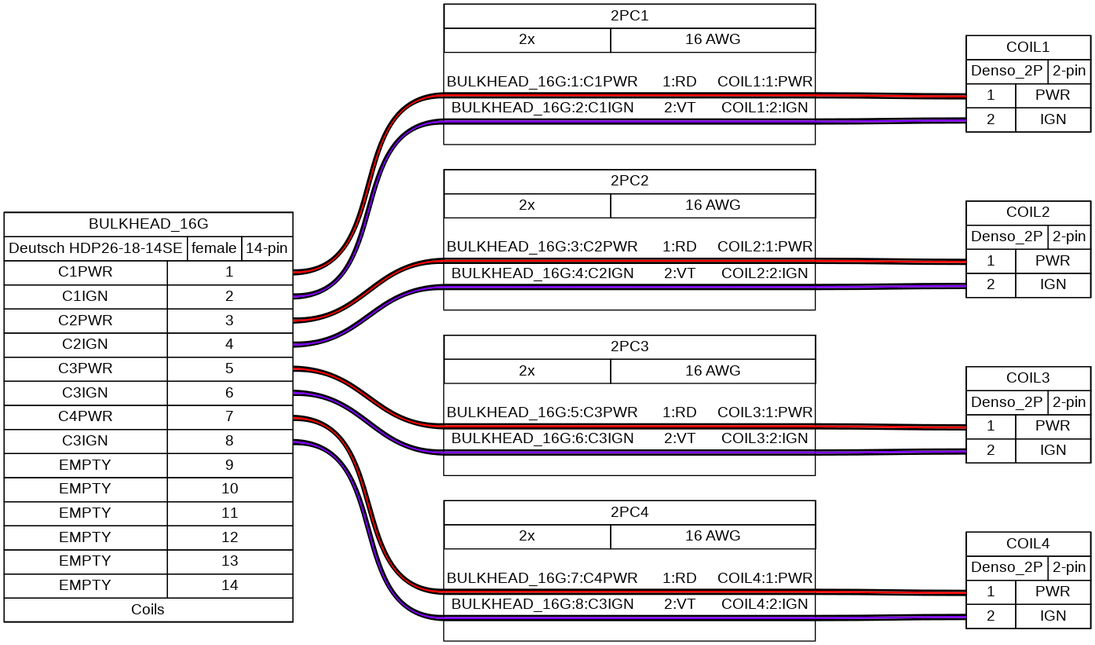
Above: wiring-env/Harness25/Back_Harness/BulkHeadB/BulkheadB_14p.png in BetterPetr/RM25_Harness (Graphviz), before the change. Its source is kept beside it as wiring-env/Harness25/Back_Harness/BulkHeadB/BulkheadB_14p.gv.
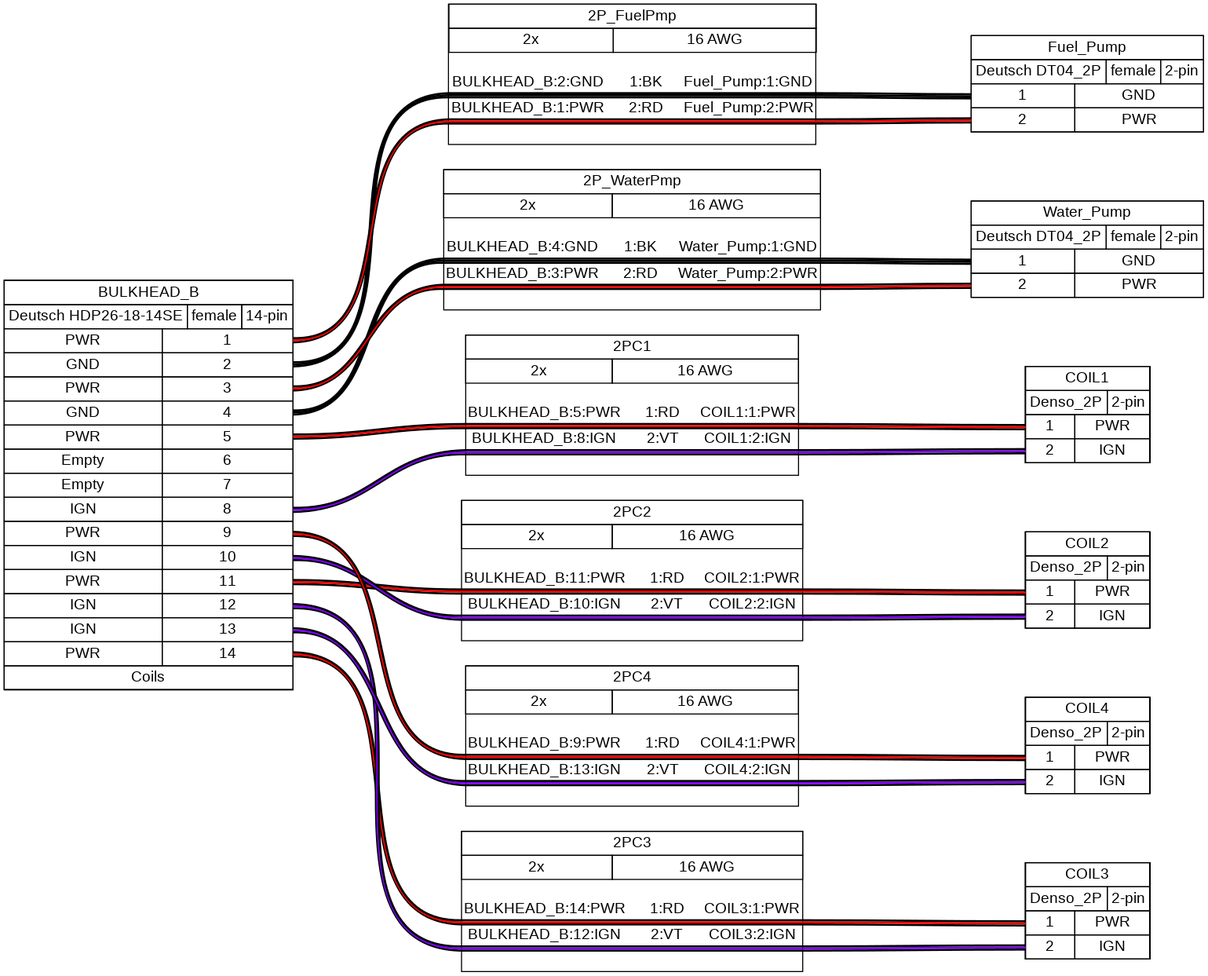
Above is the later version.

Diff of the diagram source:
```diff
@@ -2,11 +2,11 @@
 	graph [bgcolor="#FFFFFF" fontname=arial nodesep=0.33 rankdir=LR ranksep=2]
 	node [fillcolor="#FFFFFF" fontname=arial height=0 margin=0 shape=none style=filled width=0]
 	edge [fontname=arial style=bold]
-	BULKHEAD_16G [label=<
+	BULKHEAD_B [label=<
 <table border="0" cellspacing="0" cellpadding="0">
  <tr><td>
   <table border="0" cellspacing="0" cellpadding="3" cellborder="1"><tr>
-   <td balign="left">BULKHEAD_16G</td>
+   <td balign="left">BULKHEAD_B</td>
   </tr></table>
  </td></tr>
  <tr><td>
@@ -19,59 +19,59 @@
  <tr><td>
   <table border="0" cellspacing="0" cellpadding="3" cellborder="1">
    <tr>
-    <td>C1PWR</td>
+    <td>PWR</td>
     <td port="p1r">1</td>
    </tr>
    <tr>
-    <td>C1IGN</td>
+    <td>GND</td>
     <td port="p2r">2</td>
    </tr>
    <tr>
-    <td>C2PWR</td>
+    <td>PWR</td>
     <td port="p3r">3</td>
    </tr>
    <tr>
-    <td>C2IGN</td>
+    <td>GND</td>
     <td port="p4r">4</td>
    </tr>
    <tr>
-    <td>C3PWR</td>
+    <td>PWR</td>
     <td port="p5r">5</td>
    </tr>
    <tr>
-    <td>C3IGN</td>
+    <td>Empty</td>
     <td port="p6r">6</td>
    </tr>
    <tr>
-    <td>C4PWR</td>
+    <td>Empty</td>
     <td port="p7r">7</td>
    </tr>
    <tr>
-    <td>C3IGN</td>
+    <td>IGN</td>
     <td port="p8r">8</td>
    </tr>
    <tr>
-    <td>EMPTY</td>
+    <td>PWR</td>
     <td port="p9r">9</td>
    </tr>
    <tr>
-    <td>EMPTY</td>
+    <td>IGN</td>
     <td port="p10r">10</td>
    </tr>
    <tr>
-    <td>EMPTY</td>
+    <td>PWR</td>
     <td port="p11r">11</td>
    </tr>
    <tr>
-    <td>EMPTY</td>
+    <td>IGN</td>
     <td port="p12r">12</td>
    </tr>
    <tr>
-    <td>EMPTY</td>
+    <td>IGN</td>
     <td port="p13r">13</td>
    </tr>
    <tr>
-    <td>EMPTY</td>
+    <td>PWR</td>
     <td port="p14r">14</td>
    </tr>
   </table>
@@ -191,11 +191,67 @@
  </td></tr>
 </table>
 > fillcolor="#FFFFFF" shape=box style=filled]
+	Fuel_Pump [label=<
+<table border="0" cellspacing="0" cellpadding="0">
+ <tr><td>
+  <table border="0" cellspacing="0" cellpadding="3" cellborder="1"><tr>
+   <td balign="left">Fuel_Pump</td>
+  </tr></table>
+ </td></tr>
+ <tr><td>
+  <table border="0" cellspacing="0" cellpadding="3" cellborder="1"><tr>
+   <td balign="left">Deutsch DT04_2P</td>
+   <td balign="left">female</td>
+   <td balign="left">2-pin</td>
+  </tr></table>
+ </td></tr>
+ <tr><td>
+  <table border="0" cellspacing="0" cellpadding="3" cellborder="1">
+   <tr>
+    <td port="p1l">1</td>
+    <td>GND</td>
+   </tr>
+   <tr>
+    <td port="p2l">2</td>
+    <td>PWR</td>
+   </tr>
+  </table>
+ </td></tr>
+</table>
+> fillcolor="#FFFFFF" shape=box style=filled]
+	Water_Pump [label=<
+<table border="0" cellspacing="0" cellpadding="0">
+ <tr><td>
+  <table border="0" cellspacing="0" cellpadding="3" cellborder="1"><tr>
+   <td balign="left">Water_Pump</td>
+  </tr></table>
+ </td></tr>
+ <tr><td>
+  <table border="0" cellspacing="0" cellpadding="3" cellborder="1"><tr>
+   <td balign="left">Deutsch DT04_2P</td>
+   <td balign="left">female</td>
+   <td balign="left">2-pin</td>
+  </tr></table>
+ </td></tr>
+ <tr><td>
+  <table border="0" cellspacing="0" cellpadding="3" cellborder="1">
+   <tr>
+    <td port="p1l">1</td>
+    <td>GND</td>
+   </tr>
+   <tr>
+    <td port="p2l">2</td>
+    <td>PWR</td>
+   </tr>
+  </table>
+ </td></tr>
+</table>
+> fillcolor="#FFFFFF" shape=box style=filled]
 	edge [color="#000000:#ff0000:#000000"]
-	BULKHEAD_16G:p1r:e -- "2PC1":w1:w
+	BULKHEAD_B:p5r:e -- "2PC1":w1:w
 	"2PC1":w1:e -- COIL1:p1l:w
 	edge [color="#000000:#8000ff:#000000"]
-	BULKHEAD_16G:p2r:e -- "2PC1":w2:w
+	BULKHEAD_B:p8r:e -- "2PC1":w2:w
 	"2PC1":w2:e -- COIL1:p2l:w
 	"2PC1" [label=<
 <table border="0" cellspacing="0" cellpadding="0">
@@ -214,7 +270,7 @@
   <table border="0" cellspacing="0" cellborder="0">
    <tr><td>&nbsp;</td></tr>
    <tr>
-    <td>BULKHEAD_16G:1:C1PWR</td>
+    <td>BULKHEAD_B:5:PWR</td>
     <td>
      1:RD
     </td>
@@ -230,7 +286,7 @@
     </td>
    </tr>
    <tr>
-    <td>BULKHEAD_16G:2:C1IGN</td>
+    <td>BULKHEAD_B:8:IGN</td>
     <td>
      2:VT
     </td>
@@ -251,10 +307,10 @@
 </table>
 > fillcolor="#FFFFFF" shape=box style=filled]
 	edge [color="#000000:#ff0000:#000000"]
-	BULKHEAD_16G:p3r:e -- "2PC2":w1:w
+	BULKHEAD_B:p11r:e -- "2PC2":w1:w
 	"2PC2":w1:e -- COIL2:p1l:w
 	edge [color="#000000:#8000ff:#000000"]
-	BULKHEAD_16G:p4r:e -- "2PC2":w2:w
+	BULKHEAD_B:p10r:e -- "2PC2":w2:w
 	"2PC2":w2:e -- COIL2:p2l:w
 	"2PC2" [label=<
 <table border="0" cellspacing="0" cellpadding="0">
@@ -273,7 +329,7 @@
   <table border="0" cellspacing="0" cellborder="0">
    <tr><td>&nbsp;</td></tr>
    <tr>
-    <td>BULKHEAD_16G:3:C2PWR</td>
+    <td>BULKHEAD_B:11:PWR</td>
     <td>
      1:RD
     </td>
@@ -289,7 +345,7 @@
     </td>
    </tr>
    <tr>
-    <td>BULKHEAD_16G:4:C2IGN</td>
+    <td>BULKHEAD_B:10:IGN</td>
     <td>
      2:VT
     </td>
@@ -310,10 +366,10 @@
 </table>
 > fillcolor="#FFFFFF" shape=box style=filled]
 	edge [color="#000000:#ff0000:#000000"]
-	BULKHEAD_16G:p5r:e -- "2PC3":w1:w
+	BULKHEAD_B:p14r:e -- "2PC3":w1:w
 	"2PC3":w1:e -- COIL3:p1l:w
 	edge [color="#000000:#8000ff:#000000"]
-	BULKHEAD_16G:p6r:e -- "2PC3":w2:w
+	BULKHEAD_B:p12r:e -- "2PC3":w2:w
 	"2PC3":w2:e -- COIL3:p2l:w
 	"2PC3" [label=<
 <table border="0" cellspacing="0" cellpadding="0">
@@ -332,7 +388,7 @@
   <table border="0" cellspacing="0" cellborder="0">
    <tr><td>&nbsp;</td></tr>
    <tr>
-    <td>BULKHEAD_16G:5:C3PWR</td>
+    <td>BULKHEAD_B:14:PWR</td>
     <td>
      1:RD
     </td>
@@ -348,7 +404,7 @@
     </td>
    </tr>
    <tr>
-    <td>BULKHEAD_16G:6:C3IGN</td>
+    <td>BULKHEAD_B:12:IGN</td>
     <td>
      2:VT
     </td>
@@ -369,10 +425,10 @@
 </table>
 > fillcolor="#FFFFFF" shape=box style=filled]
 	edge [color="#000000:#ff0000:#000000"]
-	BULKHEAD_16G:p7r:e -- "2PC4":w1:w
+	BULKHEAD_B:p9r:e -- "2PC4":w1:w
 	"2PC4":w1:e -- COIL4:p1l:w
 	edge [color="#000000:#8000ff:#000000"]
-	BULKHEAD_16G:p8r:e -- "2PC4":w2:w
+	BULKHEAD_B:p13r:e -- "2PC4":w2:w
 	"2PC4":w2:e -- COIL4:p2l:w
 	"2PC4" [label=<
 <table border="0" cellspacing="0" cellpadding="0">
@@ -391,7 +447,7 @@
   <table border="0" cellspacing="0" cellborder="0">
    <tr><td>&nbsp;</td></tr>
    <tr>
-    <td>BULKHEAD_16G:7:C4PWR</td>
+    <td>BULKHEAD_B:9:PWR</td>
     <td>
      1:RD
     </td>
@@ -407,7 +463,7 @@
     </td>
    </tr>
    <tr>
-    <td>BULKHEAD_16G:8:C3IGN</td>
+    <td>BULKHEAD_B:13:IGN</td>
     <td>
      2:VT
     </td>
@@ -427,4 +483,122 @@
  </td></tr>
 </table>
 > fillcolor="#FFFFFF" shape=box style=filled]
+	edge [color="#000000:#000000:#000000"]
+	BULKHEAD_B:p2r:e -- "2P_FuelPmp":w1:w
+	"2P_FuelPmp":w1:e -- Fuel_Pump:p1l:w
+	edge [color="#000000:#ff0000:#000000"]
+	BULKHEAD_B:p1r:e -- "2P_FuelPmp":w2:w
+	"2P_FuelPmp":w2:e -- Fuel_Pump:p2l:w
+	"2P_FuelPmp" [label=<
+<table border="0" cellspacing="0" cellpadding="0">
+ <tr><td>
+  <table border="0" cellspacing="0" cellpadding="3" cellborder="1"><tr>
+   <td balign="left">2P_FuelPmp</td>
+  </tr></table>
+ </td></tr>
+ <tr><td>
+  <table border="0" cellspacing="0" cellpadding="3" cellborder="1"><tr>
+   <td balign="left">2x</td>
+   <td balign="left">16 AWG</td>
+  </tr></table>
+ </td></tr>
+ <tr><td>
+  <table border="0" cellspacing="0" cellborder="0">
+   <tr><td>&nbsp;</td></tr>
+   <tr>
+    <td>BULKHEAD_B:2:GND</td>
+    <td>
+     1:BK
+    </td>
+    <td>Fuel_Pump:1:GND</td>
+   </tr>
+   <tr>
+    <td colspan="3" border="0" cellspacing="0" cellpadding="0" port="w1" height="6">
+     <table cellspacing="0" cellborder="0" border="0">
+      <tr><td colspan="3" cellpadding="0" height="2" bgcolor="#000000" border="0"></td></tr>
+      <tr><td colspan="3" cellpadding="0" height="2" bgcolor="#000000" border="0"></td></tr>
+      <tr><td colspan="3" cellpadding="0" height="2" bgcolor="#000000" border="0"></td></tr>
+     </table>
+    </td>
+   </tr>
+   <tr>
+    <td>BULKHEAD_B:1:PWR</td>
+    <td>
+     2:RD
+    </td>
+    <td>Fuel_Pump:2:PWR</td>
+   </tr>
+   <tr>
+    <td colspan="3" border="0" cellspacing="0" cellpadding="0" port="w2" height="6">
+     <table cellspacing="0" cellborder="0" border="0">
+      <tr><td colspan="3" cellpadding="0" height="2" bgcolor="#000000" border="0"></td></tr>
+      <tr><td colspan="3" cellpadding="0" height="2" bgcolor="#ff0000" border="0"></td></tr>
+      <tr><td colspan="3" cellpadding="0" height="2" bgcolor="#000000" border="0"></td></tr>
+     </table>
+    </td>
+   </tr>
+   <tr><td>&nbsp;</td></tr>
+  </table>
+ </td></tr>
+</table>
+> fillcolor="#FFFFFF" shape=box style=filled]
+	edge [color="#000000:#000000:#000000"]
+	BULKHEAD_B:p4r:e -- "2P_WaterPmp":w1:w
+	"2P_WaterPmp":w1:e -- Water_Pump:p1l:w
+	edge [color="#000000:#ff0000:#000000"]
+	BULKHEAD_B:p3r:e -- "2P_WaterPmp":w2:w
+	"2P_WaterPmp":w2:e -- Water_Pump:p2l:w
+	"2P_WaterPmp" [label=<
+<table border="0" cellspacing="0" cellpadding="0">
+ <tr><td>
+  <table border="0" cellspacing="0" cellpadding="3" cellborder="1"><tr>
+   <td balign="left">2P_WaterPmp</td>
+  </tr></table>
+ </td></tr>
+ <tr><td>
+  <table border="0" cellspacing="0" cellpadding="3" cellborder="1"><tr>
+   <td balign="left">2x</td>
+   <td balign="left">16 AWG</td>
+  </tr></table>
+ </td></tr>
+ <tr><td>
+  <table border="0" cellspacing="0" cellborder="0">
+   <tr><td>&nbsp;</td></tr>
+   <tr>
+    <td>BULKHEAD_B:4:GND</td>
+    <td>
+     1:BK
+    </td>
+    <td>Water_Pump:1:GND</td>
+   </tr>
+   <tr>
+    <td colspan="3" border="0" cellspacing="0" cellpadding="0" port="w1" height="6">
+     <table cellspacing="0" cellborder="0" border="0">
+      <tr><td colspan="3" cellpadding="0" height="2" bgcolor="#000000" border="0"></td></tr>
+      <tr><td colspan="3" cellpadding="0" height="2" bgcolor="#000000" border="0"></td></tr>
+      <tr><td colspan="3" cellpadding="0" height="2" bgcolor="#000000" border="0"></td></tr>
+     </table>
+    </td>
+   </tr>
+   <tr>
+    <td>BULKHEAD_B:3:PWR</td>
+    <td>
+     2:RD
+    </td>
+    <td>Water_Pump:2:PWR</td>
+   </tr>
+   <tr>
+    <td colspan="3" border="0" cellspacing="0" cellpadding="0" port="w2" height="6">
+     <table cellspacing="0" cellborder="0" border="0">
+      <tr><td colspan="3" cellpadding="0" height="2" bgcolor="#000000" border="0"></td></tr>
+      <tr><td colspan="3" cellpadding="0" height="2" bgcolor="#ff0000" border="0"></td></tr>
+      <tr><td colspan="3" cellpadding="0" height="2" bgcolor="#000000" border="0"></td></tr>
+     </table>
+    </td>
+   </tr>
+   <tr><td>&nbsp;</td></tr>
+  </table>
+ </td></tr>
+</table>
+> fillcolor="#FFFFFF" shape=box style=filled]
 }
```
